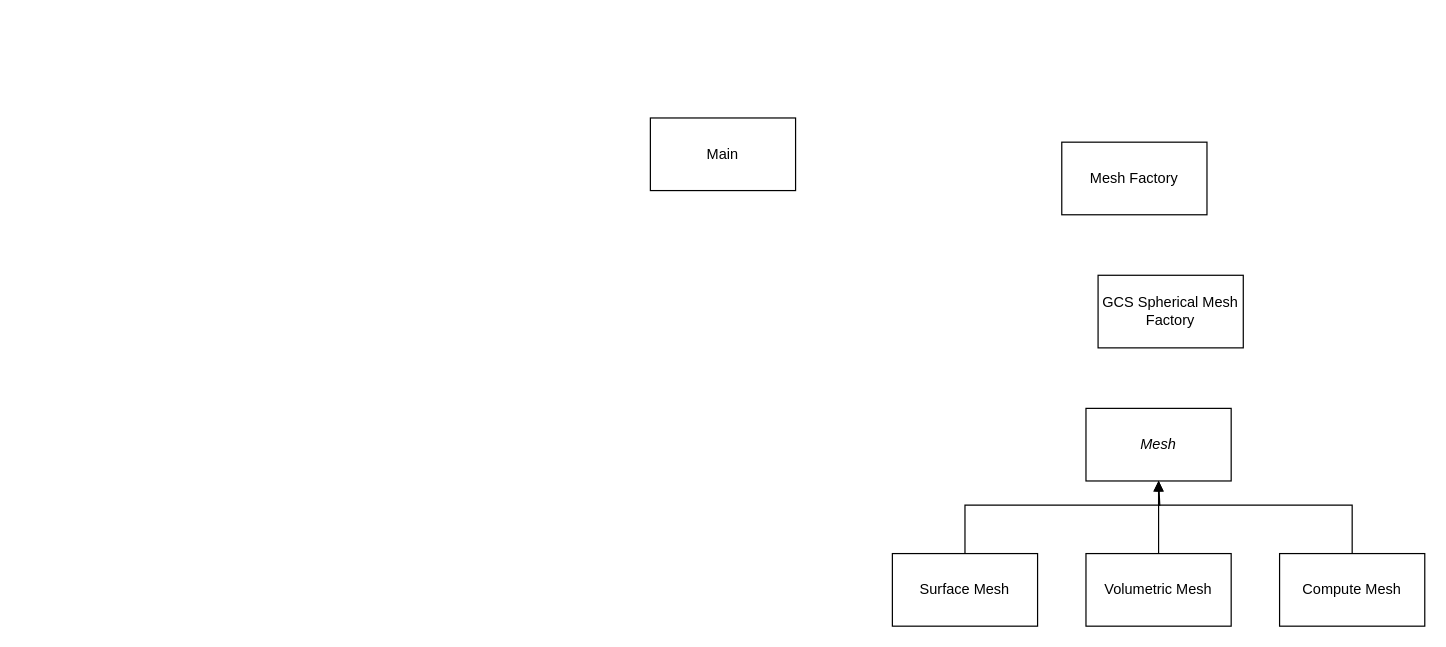
clementfaisandier/sim-world keeps this draw.io diagram as green-sim/Green-sim.drawio. Above is the earlier version. Source tidied: cells renumbered, new cells numbered last; positions are measured from the earlier drawing's top-left corner, leaving out a move shared by most shapes. Both pictures are drawn from the tidied source at 121%, with x=0, y=0 at pixel (650, 117).
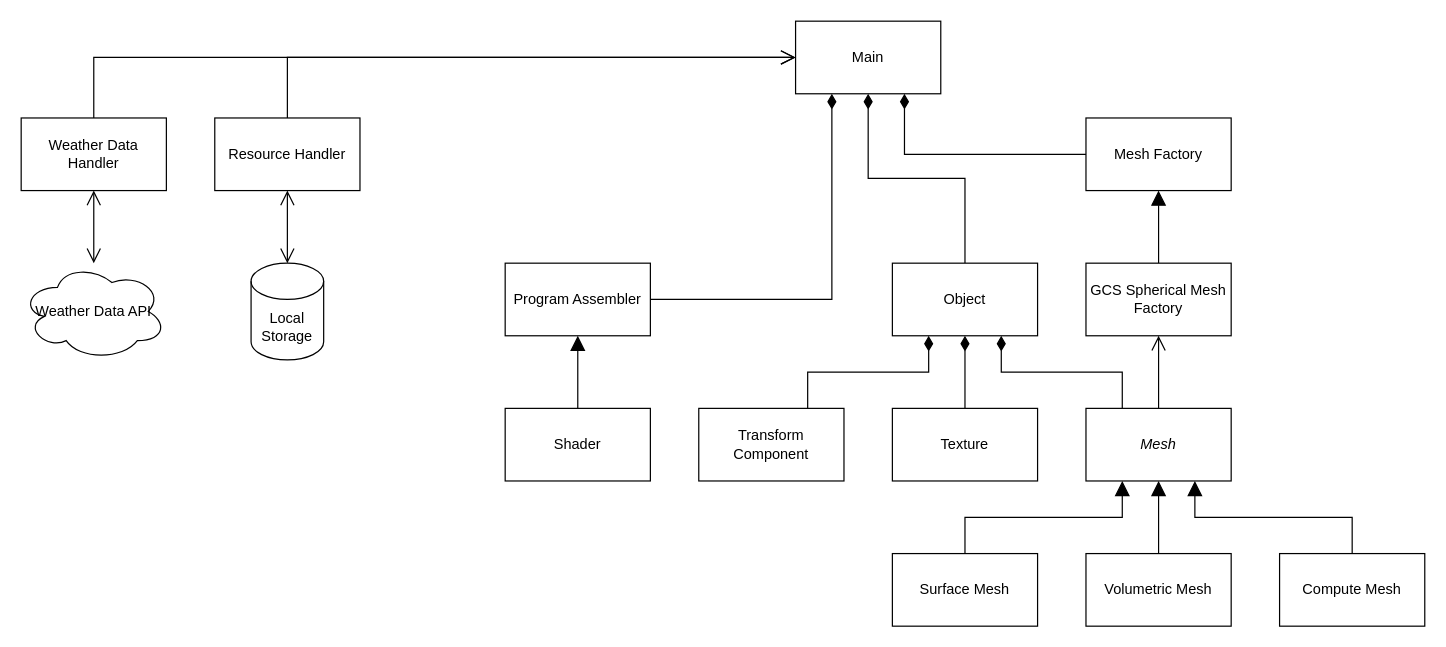
The same diagram, later.

The change refers to these unchanged cells:
```xml
<mxCell id="3" value="&lt;div&gt;Mesh&lt;/div&gt;" style="rounded=0;whiteSpace=wrap;html=1;fontStyle=2;" parent="1" vertex="1">
  <mxGeometry x="360" y="240" width="120" height="60" as="geometry" />
</mxCell>
<mxCell id="5" value="&lt;div&gt;Surface Mesh&lt;/div&gt;" style="rounded=0;whiteSpace=wrap;html=1;" parent="1" vertex="1">
  <mxGeometry x="200" y="360" width="120" height="60" as="geometry" />
</mxCell>
<mxCell id="7" value="&lt;div&gt;Volumetric Mesh&lt;/div&gt;" style="rounded=0;whiteSpace=wrap;html=1;" parent="1" vertex="1">
  <mxGeometry x="360" y="360" width="120" height="60" as="geometry" />
</mxCell>
<mxCell id="9" value="Compute Mesh" style="rounded=0;whiteSpace=wrap;html=1;" parent="1" vertex="1">
  <mxGeometry x="520" y="360" width="120" height="60" as="geometry" />
</mxCell>
```

The edit, as a diff of the source:
```diff
@@
     <mxCell id="2" value="&lt;div&gt;Main&lt;/div&gt;" style="rounded=0;whiteSpace=wrap;html=1;" parent="1" vertex="1">
-      <mxGeometry width="120" height="60" as="geometry" />
+      <mxGeometry x="120" y="-80" width="120" height="60" as="geometry" />
     </mxCell>
+    <mxCell id="12" style="edgeStyle=orthogonalEdgeStyle;rounded=0;jettySize=auto;html=1;entryX=0.5;entryY=1;entryDx=0;entryDy=0;endArrow=open;endFill=0;endSize=10;startSize=10;" parent="1" edge="1" source="3" target="11">
+      <mxGeometry relative="1" as="geometry" />
+    </mxCell>
+    <mxCell id="13" style="edgeStyle=orthogonalEdgeStyle;rounded=0;jettySize=auto;html=1;entryX=0.75;entryY=1;entryDx=0;entryDy=0;exitX=0.25;exitY=0;exitDx=0;exitDy=0;endArrow=diamondThin;endFill=1;endSize=10;startSize=10;" parent="1" edge="1" source="3" target="18">
+      <mxGeometry relative="1" as="geometry" />
+    </mxCell>
@@
-    <mxCell id="4" style="edgeStyle=orthogonalEdgeStyle;rounded=0;jettySize=auto;html=1;endArrow=blockThin;endFill=1;" parent="1" edge="1" source="5">
-      <mxGeometry relative="1" as="geometry">
-        <mxPoint x="420" y="300" as="targetPoint" />
-        <Array as="points">
-          <mxPoint x="260" y="320" />
-          <mxPoint x="421" y="320" />
-        </Array>
-      </mxGeometry>
-    </mxCell>
+    <mxCell id="14" style="edgeStyle=orthogonalEdgeStyle;rounded=0;jettySize=auto;html=1;entryX=0.25;entryY=1;entryDx=0;entryDy=0;exitX=0.5;exitY=0;exitDx=0;exitDy=0;endSize=10;startSize=10;endArrow=block;endFill=1;" parent="1" edge="1" source="5" target="3">
+      <mxGeometry relative="1" as="geometry" />
+    </mxCell>
@@
-    <mxCell id="6" style="edgeStyle=orthogonalEdgeStyle;rounded=0;jettySize=auto;html=1;entryX=0.5;entryY=1;entryDx=0;entryDy=0;endArrow=block;endFill=1;" parent="1" edge="1" source="7" target="3">
-      <mxGeometry relative="1" as="geometry">
-        <Array as="points">
-          <mxPoint x="420" y="340" />
-          <mxPoint x="420" y="340" />
-        </Array>
-      </mxGeometry>
+    <mxCell id="6" style="edgeStyle=orthogonalEdgeStyle;rounded=0;jettySize=auto;html=1;entryX=0.5;entryY=1;entryDx=0;entryDy=0;endSize=10;startSize=10;endArrow=block;endFill=1;" parent="1" edge="1" source="7" target="3">
+      <mxGeometry relative="1" as="geometry" />
     </mxCell>
@@
-    <mxCell id="8" style="edgeStyle=orthogonalEdgeStyle;rounded=0;jettySize=auto;html=1;endArrow=block;endFill=1;" parent="1" edge="1" source="9" target="3">
-      <mxGeometry relative="1" as="geometry">
-        <Array as="points">
-          <mxPoint x="580" y="320" />
-          <mxPoint x="420" y="320" />
-        </Array>
-      </mxGeometry>
+    <mxCell id="8" style="edgeStyle=orthogonalEdgeStyle;rounded=0;jettySize=auto;html=1;entryX=0.75;entryY=1;entryDx=0;entryDy=0;exitX=0.5;exitY=0;exitDx=0;exitDy=0;endSize=10;startSize=10;endArrow=block;endFill=1;" parent="1" edge="1" source="9" target="3">
+      <mxGeometry relative="1" as="geometry" />
     </mxCell>
@@
+    <mxCell id="15" style="edgeStyle=orthogonalEdgeStyle;rounded=0;jettySize=auto;html=1;entryX=0.75;entryY=1;entryDx=0;entryDy=0;endArrow=diamondThin;endFill=1;endSize=10;startSize=10;" parent="1" edge="1" source="10" target="2">
+      <mxGeometry relative="1" as="geometry" />
+    </mxCell>
     <mxCell id="10" value="&lt;div&gt;Mesh Factory&lt;/div&gt;" style="rounded=0;whiteSpace=wrap;html=1;" parent="1" vertex="1">
-      <mxGeometry x="340" y="20" width="120" height="60" as="geometry" />
+      <mxGeometry x="360" width="120" height="60" as="geometry" />
     </mxCell>
+    <mxCell id="16" style="edgeStyle=orthogonalEdgeStyle;rounded=0;jettySize=auto;html=1;entryX=0.5;entryY=1;entryDx=0;entryDy=0;endArrow=block;endFill=1;endSize=10;startSize=10;" parent="1" edge="1" source="11" target="10">
+      <mxGeometry relative="1" as="geometry" />
+    </mxCell>
     <mxCell id="11" value="&lt;div&gt;GCS Spherical Mesh Factory&lt;/div&gt;" style="rounded=0;whiteSpace=wrap;html=1;" parent="1" vertex="1">
-      <mxGeometry x="370" y="130" width="120" height="60" as="geometry" />
+      <mxGeometry x="360" y="120" width="120" height="60" as="geometry" />
     </mxCell>
+    <mxCell id="17" style="edgeStyle=orthogonalEdgeStyle;rounded=0;jettySize=auto;html=1;entryX=0.5;entryY=1;entryDx=0;entryDy=0;endArrow=diamondThin;endFill=1;endSize=10;startSize=10;" parent="1" edge="1" source="18" target="2">
+      <mxGeometry relative="1" as="geometry" />
+    </mxCell>
+    <mxCell id="18" value="&lt;div&gt;Object&lt;/div&gt;" style="rounded=0;whiteSpace=wrap;html=1;" parent="1" vertex="1">
+      <mxGeometry x="200" y="120" width="120" height="60" as="geometry" />
+    </mxCell>
+    <mxCell id="19" style="edgeStyle=orthogonalEdgeStyle;rounded=0;jettySize=auto;html=1;entryX=0.25;entryY=1;entryDx=0;entryDy=0;exitX=0.75;exitY=0;exitDx=0;exitDy=0;endArrow=diamondThin;endFill=1;endSize=10;startSize=10;" parent="1" edge="1" source="20" target="18">
+      <mxGeometry relative="1" as="geometry" />
+    </mxCell>
+    <mxCell id="20" value="Transform Component" style="rounded=0;whiteSpace=wrap;html=1;" parent="1" vertex="1">
+      <mxGeometry x="40" y="240" width="120" height="60" as="geometry" />
+    </mxCell>
+    <mxCell id="21" style="edgeStyle=orthogonalEdgeStyle;rounded=0;jettySize=auto;html=1;entryX=0.25;entryY=1;entryDx=0;entryDy=0;endArrow=diamondThin;endFill=1;endSize=10;startSize=10;" parent="1" edge="1" source="22" target="2">
+      <mxGeometry relative="1" as="geometry" />
+    </mxCell>
+    <mxCell id="22" value="&lt;div&gt;Program Assembler&lt;/div&gt;" style="rounded=0;whiteSpace=wrap;html=1;" parent="1" vertex="1">
+      <mxGeometry x="-120" y="120" width="120" height="60" as="geometry" />
+    </mxCell>
+    <mxCell id="23" style="edgeStyle=orthogonalEdgeStyle;rounded=0;jettySize=auto;html=1;entryX=0.5;entryY=1;entryDx=0;entryDy=0;endSize=10;startSize=10;endArrow=block;endFill=1;" parent="1" edge="1" source="24" target="22">
+      <mxGeometry relative="1" as="geometry" />
+    </mxCell>
+    <mxCell id="24" value="&lt;div&gt;Shader&lt;br&gt;&lt;/div&gt;" style="rounded=0;whiteSpace=wrap;html=1;" parent="1" vertex="1">
+      <mxGeometry x="-120" y="240" width="120" height="60" as="geometry" />
+    </mxCell>
+    <mxCell id="25" style="edgeStyle=orthogonalEdgeStyle;rounded=0;jettySize=auto;html=1;entryX=0.5;entryY=1;entryDx=0;entryDy=0;endArrow=diamondThin;endFill=1;endSize=10;startSize=10;" parent="1" edge="1" source="26" target="18">
+      <mxGeometry relative="1" as="geometry" />
+    </mxCell>
+    <mxCell id="26" value="&lt;div&gt;Texture&lt;/div&gt;" style="rounded=0;whiteSpace=wrap;html=1;" parent="1" vertex="1">
+      <mxGeometry x="200" y="240" width="120" height="60" as="geometry" />
+    </mxCell>
+    <mxCell id="27" style="edgeStyle=orthogonalEdgeStyle;rounded=0;jettySize=auto;html=1;entryX=0;entryY=0.5;entryDx=0;entryDy=0;exitX=0.5;exitY=0;exitDx=0;exitDy=0;endArrow=open;endFill=0;endSize=10;startSize=10;" parent="1" edge="1" source="28" target="2">
+      <mxGeometry relative="1" as="geometry" />
+    </mxCell>
+    <mxCell id="28" value="&lt;div&gt;Weather Data Handler&lt;/div&gt;" style="rounded=0;whiteSpace=wrap;html=1;" parent="1" vertex="1">
+      <mxGeometry x="-520" width="120" height="60" as="geometry" />
+    </mxCell>
+    <mxCell id="29" style="edgeStyle=orthogonalEdgeStyle;rounded=0;jettySize=auto;html=1;entryX=0.5;entryY=1;entryDx=0;entryDy=0;startArrow=open;startFill=0;endArrow=open;endFill=0;endSize=10;startSize=10;" parent="1" edge="1" source="30" target="28">
+      <mxGeometry relative="1" as="geometry" />
+    </mxCell>
+    <mxCell id="30" value="&lt;div&gt;Weather Data API&lt;/div&gt;" style="ellipse;shape=cloud;whiteSpace=wrap;html=1;" parent="1" vertex="1">
+      <mxGeometry x="-520" y="120" width="120" height="80" as="geometry" />
+    </mxCell>
+    <mxCell id="31" style="edgeStyle=orthogonalEdgeStyle;rounded=0;jettySize=auto;html=1;entryX=0;entryY=0.5;entryDx=0;entryDy=0;endArrow=open;endFill=0;endSize=10;startSize=10;" parent="1" edge="1" source="32" target="2">
+      <mxGeometry relative="1" as="geometry">
+        <Array as="points">
+          <mxPoint x="-300" y="-50" />
+        </Array>
+      </mxGeometry>
+    </mxCell>
+    <mxCell id="32" value="Resource Handler" style="rounded=0;whiteSpace=wrap;html=1;" parent="1" vertex="1">
+      <mxGeometry x="-360" width="120" height="60" as="geometry" />
+    </mxCell>
+    <mxCell id="33" style="edgeStyle=orthogonalEdgeStyle;rounded=0;jettySize=auto;html=1;entryX=0.5;entryY=1;entryDx=0;entryDy=0;startArrow=open;startFill=0;endArrow=open;endFill=0;endSize=10;startSize=10;" parent="1" edge="1" source="34" target="32">
+      <mxGeometry relative="1" as="geometry" />
+    </mxCell>
+    <mxCell id="34" value="Local Storage" style="shape=cylinder3;whiteSpace=wrap;html=1;boundedLbl=1;backgroundOutline=1;size=15;" parent="1" vertex="1">
+      <mxGeometry x="-330" y="120" width="60" height="80" as="geometry" />
+    </mxCell>
```
